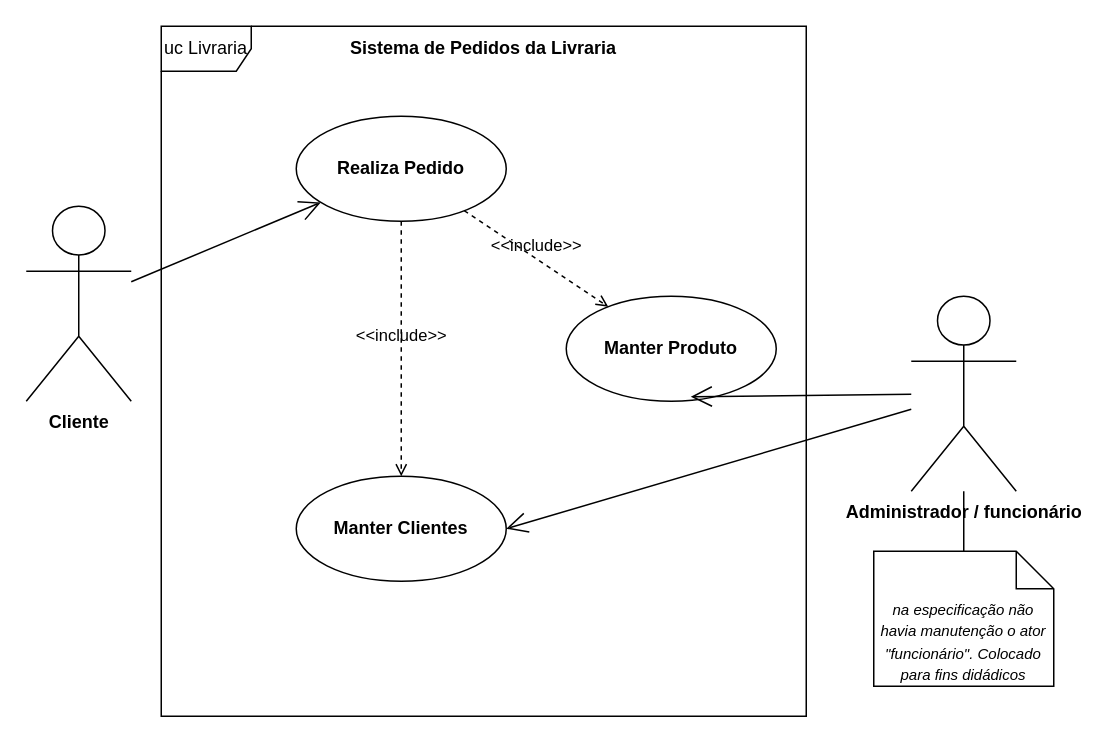
The draw.io diagram src/main/resources/static/uml_diagrama-caso-de-uso.drawio in herbertscbr/uninter.api-desenvolvimento-web-backend, before the edit. Source tidied: cells renumbered, new cells numbered last; positions are measured from the earlier drawing's top-left corner, leaving out a move shared by most shapes. Both pictures are drawn from the tidied source at 150%, with x=0, y=0 at pixel (26, 26).
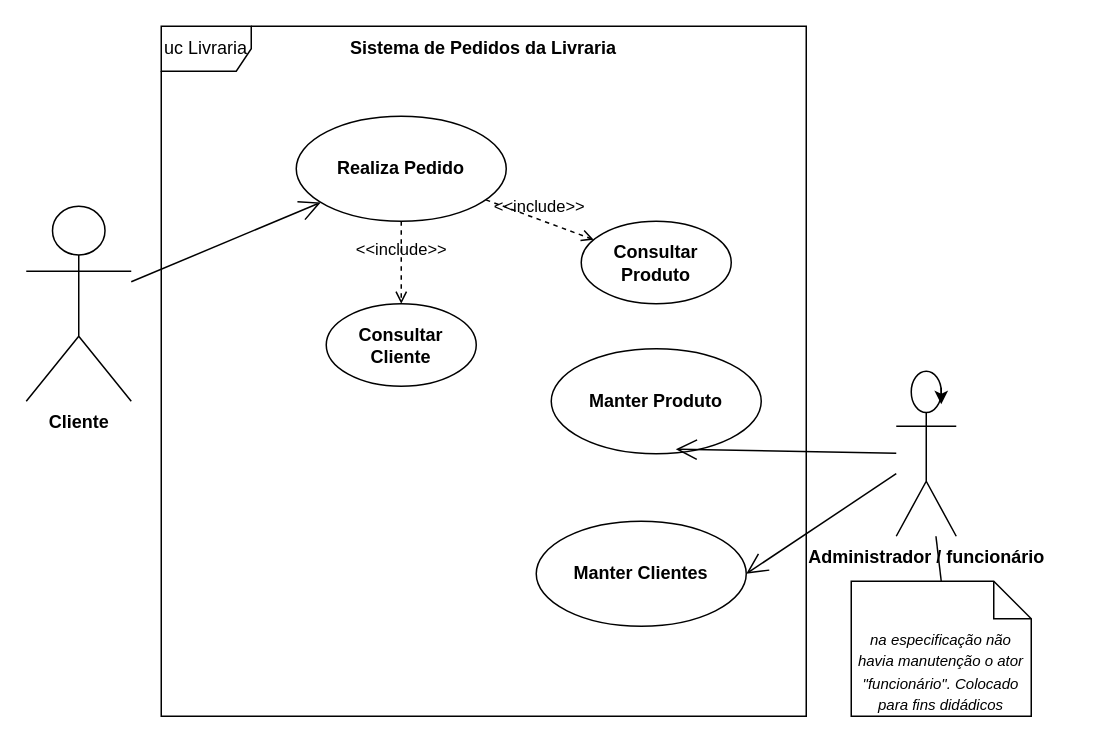
The same page after the edit.

Commit message:
manter clientes e produtos uml_diagrama-caso-de-uso.drawio

The edit, as a diff of the source:
```diff
@@
 <mxGraphModel>
   <root>
     <mxCell id="0" />
     <mxCell id="1" parent="0" />
     <mxCell id="2" value="Cliente" style="shape=umlActor;verticalLabelPosition=bottom;verticalAlign=top;html=1;outlineConnect=0;fontStyle=1;" parent="1" vertex="1">
       <mxGeometry y="120" width="70" height="130" as="geometry" />
     </mxCell>
     <mxCell id="3" value="Realiza Pedido" style="ellipse;whiteSpace=wrap;html=1;fontStyle=1;" parent="1" vertex="1">
       <mxGeometry x="180" y="60" width="140" height="70" as="geometry" />
     </mxCell>
     <mxCell id="4" style="endArrow=open;endFill=1;endSize=12;html=1;rounded=0;" parent="1" edge="1" source="2" target="3">
       <mxGeometry relative="1" as="geometry" />
     </mxCell>
     <mxCell id="5" value="Manter Produto" style="ellipse;whiteSpace=wrap;html=1;fontStyle=1;" parent="1" vertex="1">
-      <mxGeometry x="360" y="180" width="140" height="70" as="geometry" />
+      <mxGeometry x="350" y="215" width="140" height="70" as="geometry" />
     </mxCell>
     <mxCell id="6" value="Administrador / funcionário" style="shape=umlActor;verticalLabelPosition=bottom;verticalAlign=top;html=1;outlineConnect=0;fontStyle=1;" parent="1" vertex="1">
-      <mxGeometry x="590" y="180" width="70" height="130" as="geometry" />
+      <mxGeometry x="580" y="230" width="40" height="110" as="geometry" />
     </mxCell>
     <mxCell id="7" style="endArrow=open;endFill=1;endSize=12;html=1;rounded=0;entryX=0.593;entryY=0.957;entryDx=0;entryDy=0;entryPerimeter=0;" parent="1" edge="1" source="6" target="5">
       <mxGeometry relative="1" as="geometry" />
     </mxCell>
     <mxCell id="8" value="&lt;div&gt;uc Livraria&lt;/div&gt;" style="shape=umlFrame;whiteSpace=wrap;html=1;" parent="1" vertex="1">
       <mxGeometry x="90" width="430" height="460" as="geometry" />
     </mxCell>
     <mxCell id="9" value="Manter Clientes" style="ellipse;whiteSpace=wrap;html=1;fontStyle=1;" parent="1" vertex="1">
-      <mxGeometry x="180" y="300" width="140" height="70" as="geometry" />
+      <mxGeometry x="340" y="330" width="140" height="70" as="geometry" />
     </mxCell>
     <mxCell id="10" style="endArrow=open;endFill=1;endSize=12;html=1;rounded=0;entryX=1;entryY=0.5;entryDx=0;entryDy=0;" parent="1" edge="1" source="6" target="9">
       <mxGeometry relative="1" as="geometry" />
     </mxCell>
     <mxCell id="11" value="Sistema de Pedidos da Livraria" style="text;html=1;whiteSpace=wrap;strokeColor=none;fillColor=none;align=center;verticalAlign=middle;rounded=0;fontStyle=1;strokeWidth=2;perimeterSpacing=1;" parent="1" vertex="1">
       <mxGeometry x="175" width="260" height="30" as="geometry" />
     </mxCell>
     <mxCell id="12" value="&lt;font style=&quot;font-size: 10px;&quot;&gt;&lt;i&gt;na especificação não havia manutenção o ator &quot;funcionário&quot;. Colocado para fins didádicos&lt;/i&gt;&lt;/font&gt;" style="shape=note2;boundedLbl=1;whiteSpace=wrap;html=1;size=25;verticalAlign=top;align=center;" parent="1" vertex="1">
-      <mxGeometry x="565" y="350" width="120" height="90" as="geometry" />
+      <mxGeometry x="550" y="370" width="120" height="90" as="geometry" />
     </mxCell>
-    <mxCell id="13" value="&amp;lt;&amp;lt;include&amp;gt;&amp;gt;" style="html=1;verticalAlign=bottom;labelBackgroundColor=none;endArrow=open;endFill=0;dashed=1;rounded=0;" parent="1" edge="1" source="3" target="9">
-      <mxGeometry relative="1" as="geometry" />
-    </mxCell>
-    <mxCell id="14" value="&amp;lt;&amp;lt;include&amp;gt;&amp;gt;" style="html=1;verticalAlign=bottom;labelBackgroundColor=none;endArrow=open;endFill=0;dashed=1;rounded=0;" parent="1" edge="1" source="3" target="5">
+    <mxCell id="14" value="&amp;lt;&amp;lt;include&amp;gt;&amp;gt;" style="html=1;verticalAlign=bottom;labelBackgroundColor=none;endArrow=open;endFill=0;dashed=1;rounded=0;" parent="1" edge="1" source="3" target="16">
       <mxGeometry relative="1" as="geometry" />
     </mxCell>
     <mxCell id="15" style="endArrow=none;startArrow=none;endFill=0;startFill=0;endSize=8;html=1;verticalAlign=bottom;labelBackgroundColor=none;strokeWidth=1;rounded=0;entryX=0.5;entryY=0;entryDx=0;entryDy=0;entryPerimeter=0;" parent="1" edge="1" source="6" target="12">
       <mxGeometry relative="1" as="geometry" />
     </mxCell>
+    <mxCell id="16" value="Consultar Produto" style="ellipse;whiteSpace=wrap;html=1;fontStyle=1;" parent="1" vertex="1">
+      <mxGeometry x="370" y="130" width="100" height="55" as="geometry" />
+    </mxCell>
+    <mxCell id="17" value="Consultar Cliente" style="ellipse;whiteSpace=wrap;html=1;fontStyle=1;" parent="1" vertex="1">
+      <mxGeometry x="200" y="185" width="100" height="55" as="geometry" />
+    </mxCell>
+    <mxCell id="13" value="&amp;lt;&amp;lt;include&amp;gt;&amp;gt;" style="html=1;verticalAlign=bottom;labelBackgroundColor=none;endArrow=open;endFill=0;dashed=1;rounded=0;" parent="1" edge="1" source="3" target="17">
+      <mxGeometry relative="1" as="geometry" />
+    </mxCell>
+    <mxCell id="18" style="edgeStyle=orthogonalEdgeStyle;rounded=0;orthogonalLoop=1;jettySize=auto;html=1;innerLoopWaypoints=1;exitX=0.75;exitY=0.1;exitDx=0;exitDy=0;exitPerimeter=0;entryX=0.75;entryY=0.2;entryDx=0;entryDy=0;entryPerimeter=0;" parent="1" edge="1" source="6" target="6">
+      <mxGeometry relative="1" as="geometry" />
+    </mxCell>
   </root>
 </mxGraphModel>
```
